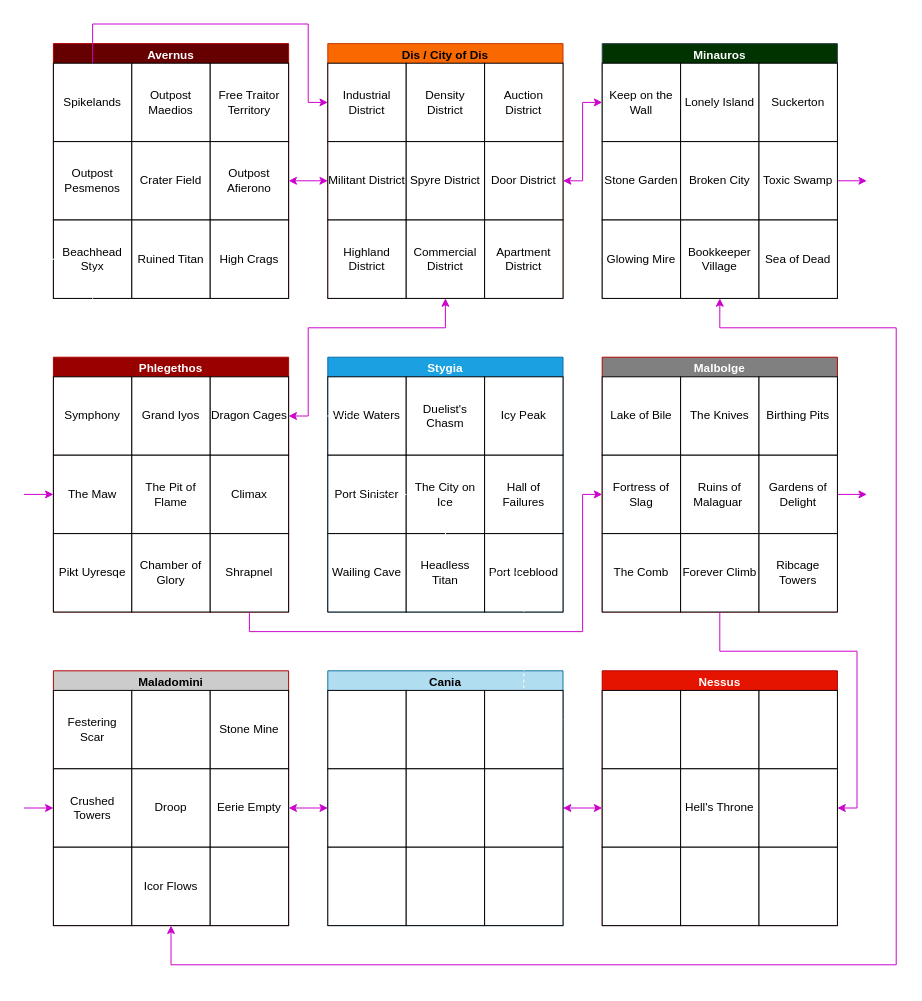
Before: MEDIA/SUPP/baatorMap.drawio in craftingcity/The-Known-World, a draw.io diagram. Source tidied: cells renumbered, new cells numbered last; positions are measured from the earlier drawing's top-left corner, leaving out a move shared by most shapes. Both pictures are drawn from the tidied source at 98%, with x=0, y=0 at pixel (24, 24).
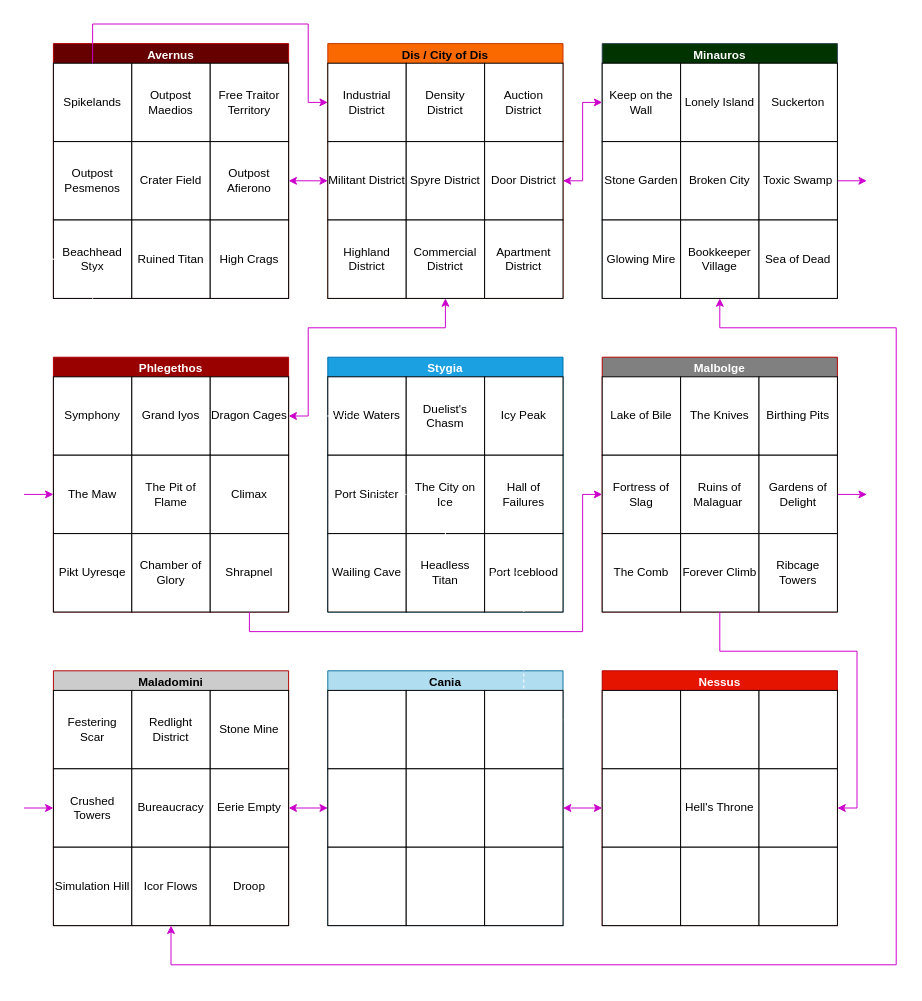
The same diagram, later.

Unchanged cells that the change refers to:
```xml
<mxCell id="65" value="&lt;font style=&quot;color: rgb(0, 0, 0);&quot;&gt;Maladomini&lt;/font&gt;" style="swimlane;whiteSpace=wrap;html=1;fillColor=#CCCCCC;fontColor=#FFFFFF;strokeColor=#B20000;" parent="1" vertex="1">
  <mxGeometry x="30" y="660" width="240" height="260" as="geometry" />
</mxCell>
```

Change to the diagram source:
```diff
@@
-    <mxCell id="67" style="whiteSpace=wrap;html=1;" parent="65" vertex="1">
+    <mxCell id="67" value="Redlight District" style="whiteSpace=wrap;html=1;" parent="65" vertex="1">
       <mxGeometry x="80" y="20" width="80" height="80" as="geometry" />
     </mxCell>
@@
-    <mxCell id="71" style="whiteSpace=wrap;html=1;" parent="65" vertex="1">
+    <mxCell id="71" value="Simulation Hill" style="whiteSpace=wrap;html=1;" parent="65" vertex="1">
       <mxGeometry y="180" width="80" height="80" as="geometry" />
     </mxCell>
-    <mxCell id="72" value="Droop" style="whiteSpace=wrap;html=1;" parent="65" vertex="1">
+    <mxCell id="72" value="Bureaucracy" style="whiteSpace=wrap;html=1;" parent="65" vertex="1">
       <mxGeometry x="80" y="100" width="80" height="80" as="geometry" />
     </mxCell>
@@
-    <mxCell id="75" style="whiteSpace=wrap;html=1;" parent="65" vertex="1">
+    <mxCell id="75" value="Droop" style="whiteSpace=wrap;html=1;" parent="65" vertex="1">
       <mxGeometry x="160" y="180" width="80" height="80" as="geometry" />
     </mxCell>
```
